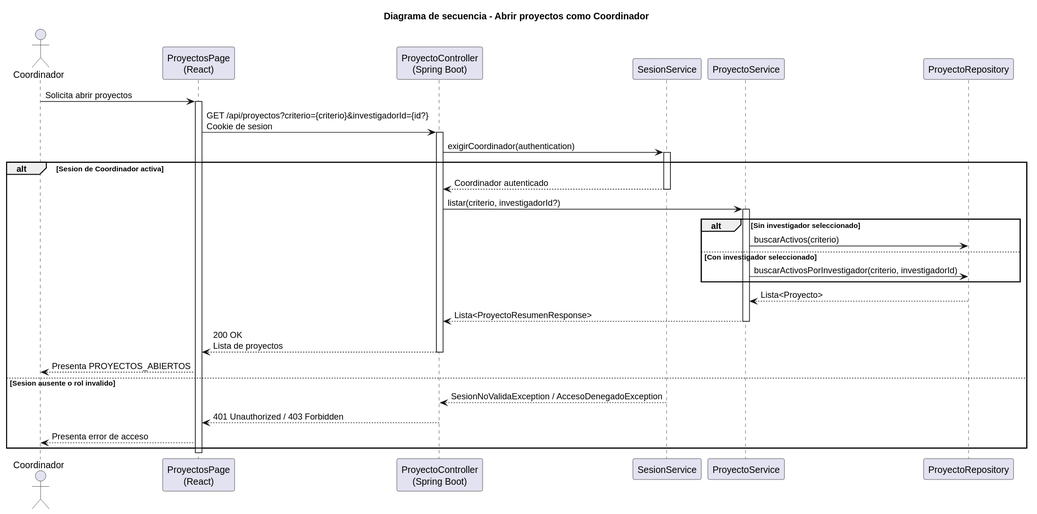
This is images/RUP/02-diseño/casos-uso/coordinador/abrirProyectos/secuencia.svg from beatriizorozco/25-26-idsw2-sdVC, a PlantUML export, as it was before one commit.
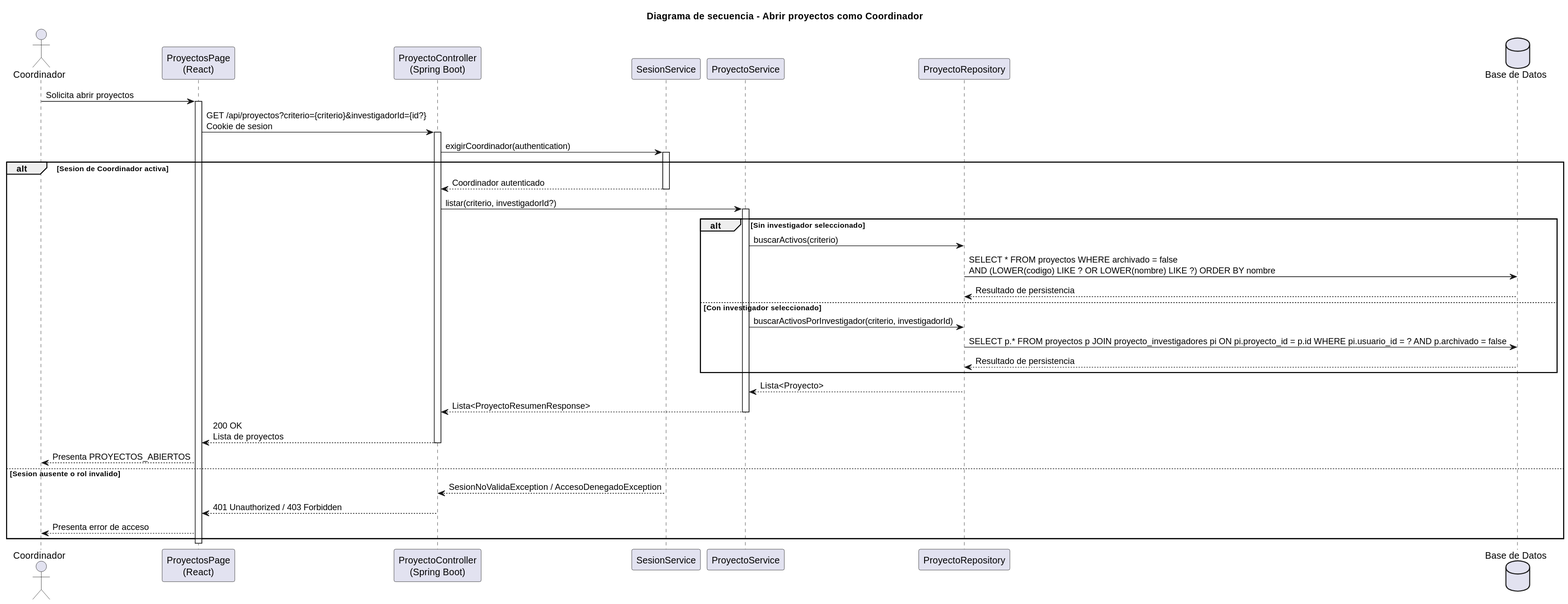
Later version of the same file.

What changed in the source:
```diff
@@ -7,6 +7,7 @@
 participant "SesionService" as Sesion
 participant "ProyectoService" as Service
 participant "ProyectoRepository" as Repo
+database "Base de Datos" as DB
 
 Coordinador -> Frontend: Solicita abrir proyectos
 activate Frontend
@@ -21,8 +22,12 @@
     activate Service
     alt Sin investigador seleccionado
         Service -> Repo: buscarActivos(criterio)
+        Repo -> DB: SELECT * FROM proyectos WHERE archivado = false\nAND (LOWER(codigo) LIKE ? OR LOWER(nombre) LIKE ?) ORDER BY nombre
+        DB --> Repo: Resultado de persistencia
     else Con investigador seleccionado
         Service -> Repo: buscarActivosPorInvestigador(criterio, investigadorId)
+        Repo -> DB: SELECT p.* FROM proyectos p JOIN proyecto_investigadores pi ON pi.proyecto_id = p.id WHERE pi.usuario_id = ? AND p.archivado = false
+        DB --> Repo: Resultado de persistencia
     end
     Repo --> Service: Lista<Proyecto>
     Service --> Api: Lista<ProyectoResumenResponse>
```
